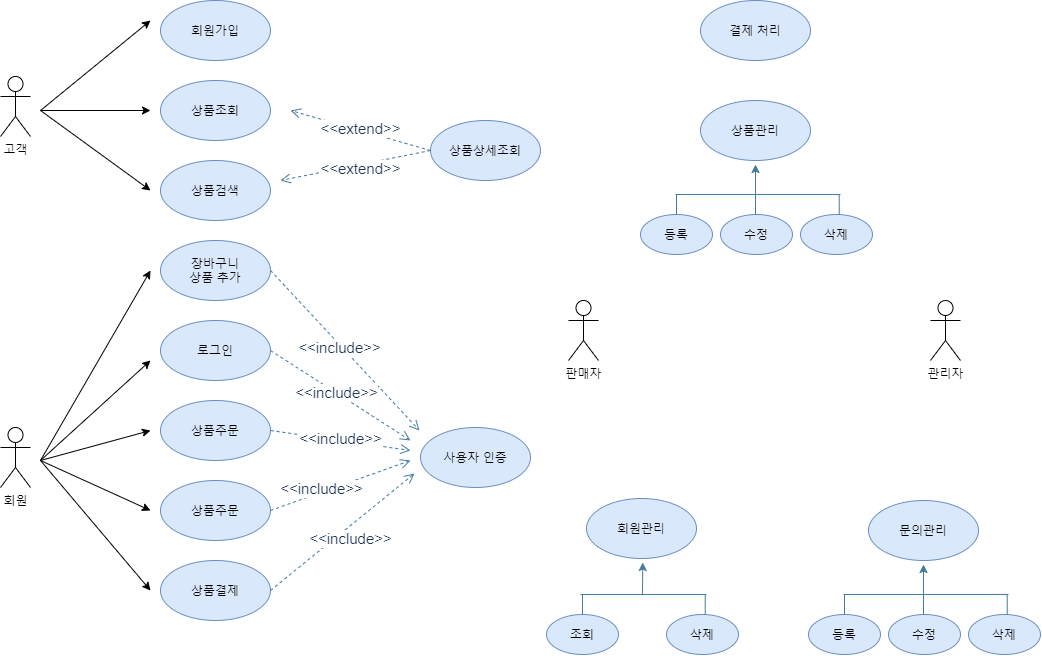
The draw.io diagram Actor Diagram.png in osiris0607/Project, before a commit. Source tidied: cells renumbered, new cells last; positions are measured from the earlier drawing's top-left corner, leaving out a move shared by most shapes. Its diagram source:
```xml
<mxGraphModel>
  <root>
    <mxCell id="0" />
    <mxCell id="1" parent="0" />
    <mxCell id="2" value="고객" style="shape=umlActor;verticalLabelPosition=bottom;verticalAlign=top;html=1;" parent="1" vertex="1">
      <mxGeometry y="76" width="30" height="60" as="geometry" />
    </mxCell>
    <mxCell id="3" value="회원" style="shape=umlActor;verticalLabelPosition=bottom;verticalAlign=top;html=1;" parent="1" vertex="1">
      <mxGeometry y="427" width="30" height="60" as="geometry" />
    </mxCell>
    <mxCell id="4" value="관리자" style="shape=umlActor;verticalLabelPosition=bottom;verticalAlign=top;html=1;" parent="1" vertex="1">
      <mxGeometry x="930" y="300" width="30" height="60" as="geometry" />
    </mxCell>
    <mxCell id="5" value="회원가입" style="ellipse;whiteSpace=wrap;html=1;fillColor=#dae8fc;strokeColor=#6c8ebf;" parent="1" vertex="1">
      <mxGeometry x="160" width="110" height="60" as="geometry" />
    </mxCell>
    <mxCell id="6" value="로그인" style="ellipse;whiteSpace=wrap;html=1;fillColor=#dae8fc;strokeColor=#6c8ebf;" parent="1" vertex="1">
      <mxGeometry x="160" y="320" width="110" height="60" as="geometry" />
    </mxCell>
    <mxCell id="7" value="상품조회" style="ellipse;whiteSpace=wrap;html=1;fillColor=#dae8fc;strokeColor=#6c8ebf;" parent="1" vertex="1">
      <mxGeometry x="160" y="80" width="110" height="60" as="geometry" />
    </mxCell>
    <mxCell id="8" value="상품검색&lt;span style=&quot;color: rgba(0 , 0 , 0 , 0) ; font-family: monospace ; font-size: 0px&quot;&gt;%3CmxGraphModel%3E%3Croot%3E%3CmxCell%20id%3D%220%22%2F%3E%3CmxCell%20id%3D%221%22%20parent%3D%220%22%2F%3E%3CmxCell%20id%3D%222%22%20value%3D%22%EC%83%81%ED%92%88%EC%A1%B0%ED%9A%8C%22%20style%3D%22ellipse%3BwhiteSpace%3Dwrap%3Bhtml%3D1%3B%22%20vertex%3D%221%22%20parent%3D%221%22%3E%3CmxGeometry%20x%3D%22250%22%20y%3D%22180%22%20width%3D%22110%22%20height%3D%2260%22%20as%3D%22geometry%22%2F%3E%3C%2FmxCell%3E%3C%2Froot%3E%3C%2FmxGraphModel%3E&lt;/span&gt;" style="ellipse;whiteSpace=wrap;html=1;fillColor=#dae8fc;strokeColor=#6c8ebf;" parent="1" vertex="1">
      <mxGeometry x="160" y="160" width="110" height="60" as="geometry" />
    </mxCell>
    <mxCell id="9" value="상품주문" style="ellipse;whiteSpace=wrap;html=1;fillColor=#dae8fc;strokeColor=#6c8ebf;" parent="1" vertex="1">
      <mxGeometry x="160" y="400" width="110" height="60" as="geometry" />
    </mxCell>
    <mxCell id="10" value="상품주문" style="ellipse;whiteSpace=wrap;html=1;fillColor=#dae8fc;strokeColor=#6c8ebf;" parent="1" vertex="1">
      <mxGeometry x="160" y="480" width="110" height="60" as="geometry" />
    </mxCell>
    <mxCell id="11" value="상품결제" style="ellipse;whiteSpace=wrap;html=1;fillColor=#dae8fc;strokeColor=#6c8ebf;" parent="1" vertex="1">
      <mxGeometry x="160" y="560" width="110" height="60" as="geometry" />
    </mxCell>
    <mxCell id="12" value="장바구니&lt;br&gt;상품 추가" style="ellipse;whiteSpace=wrap;html=1;fillColor=#dae8fc;strokeColor=#6c8ebf;" parent="1" vertex="1">
      <mxGeometry x="160" y="240" width="110" height="60" as="geometry" />
    </mxCell>
    <mxCell id="13" style="endArrow=classic;html=1;" parent="1" edge="1">
      <mxGeometry relative="1" as="geometry">
        <mxPoint x="40" y="110" as="sourcePoint" />
        <mxPoint x="150" y="20" as="targetPoint" />
      </mxGeometry>
    </mxCell>
    <mxCell id="14" style="endArrow=classic;html=1;" parent="1" edge="1">
      <mxGeometry relative="1" as="geometry">
        <mxPoint x="40" y="110" as="sourcePoint" />
        <mxPoint x="150" y="110" as="targetPoint" />
      </mxGeometry>
    </mxCell>
    <mxCell id="15" style="endArrow=classic;html=1;" parent="1" edge="1">
      <mxGeometry relative="1" as="geometry">
        <mxPoint x="40" y="110" as="sourcePoint" />
        <mxPoint x="150" y="190" as="targetPoint" />
      </mxGeometry>
    </mxCell>
    <mxCell id="16" style="endArrow=classic;html=1;" parent="1" edge="1">
      <mxGeometry relative="1" as="geometry">
        <mxPoint x="40" y="460" as="sourcePoint" />
        <mxPoint x="150" y="270" as="targetPoint" />
      </mxGeometry>
    </mxCell>
    <mxCell id="17" style="endArrow=classic;html=1;" parent="1" edge="1">
      <mxGeometry relative="1" as="geometry">
        <mxPoint x="40" y="460" as="sourcePoint" />
        <mxPoint x="150" y="360" as="targetPoint" />
      </mxGeometry>
    </mxCell>
    <mxCell id="18" style="endArrow=classic;html=1;" parent="1" edge="1">
      <mxGeometry relative="1" as="geometry">
        <mxPoint x="40" y="460" as="sourcePoint" />
        <mxPoint x="150" y="430" as="targetPoint" />
      </mxGeometry>
    </mxCell>
    <mxCell id="19" style="endArrow=classic;html=1;" parent="1" edge="1">
      <mxGeometry relative="1" as="geometry">
        <mxPoint x="40" y="460" as="sourcePoint" />
        <mxPoint x="150" y="510" as="targetPoint" />
      </mxGeometry>
    </mxCell>
    <mxCell id="20" style="endArrow=classic;html=1;" parent="1" edge="1">
      <mxGeometry relative="1" as="geometry">
        <mxPoint x="40" y="460" as="sourcePoint" />
        <mxPoint x="150" y="590" as="targetPoint" />
      </mxGeometry>
    </mxCell>
    <mxCell id="21" value="상품상세조회" style="ellipse;whiteSpace=wrap;html=1;fillColor=#dae8fc;strokeColor=#6c8ebf;" parent="1" vertex="1">
      <mxGeometry x="430" y="120" width="110" height="60" as="geometry" />
    </mxCell>
    <mxCell id="22" value="&lt;font style=&quot;font-size: 15px&quot;&gt;&amp;lt;&amp;lt;extend&amp;gt;&amp;gt;&lt;/font&gt;" style="html=1;verticalAlign=bottom;endArrow=open;dashed=1;endSize=8;strokeColor=#457B9D;fillColor=#A8DADC;fontColor=#1D3557;exitX=0;exitY=0.5;exitDx=0;exitDy=0;" parent="1" edge="1" source="21">
      <mxGeometry x="-0.04" y="10" relative="1" as="geometry">
        <mxPoint x="290" y="110" as="targetPoint" />
      </mxGeometry>
    </mxCell>
    <mxCell id="23" value="&lt;font style=&quot;font-size: 15px&quot;&gt;&amp;lt;&amp;lt;extend&amp;gt;&amp;gt;&lt;/font&gt;" style="html=1;verticalAlign=bottom;endArrow=open;dashed=1;endSize=8;strokeColor=#457B9D;fillColor=#A8DADC;fontColor=#1D3557;" parent="1" edge="1">
      <mxGeometry x="-0.03" y="16" relative="1" as="geometry">
        <mxPoint x="430" y="150" as="sourcePoint" />
        <mxPoint x="280" y="180" as="targetPoint" />
      </mxGeometry>
    </mxCell>
    <mxCell id="24" value="사용자 인증" style="ellipse;whiteSpace=wrap;html=1;fillColor=#dae8fc;strokeColor=#6c8ebf;" parent="1" vertex="1">
      <mxGeometry x="420" y="427" width="110" height="60" as="geometry" />
    </mxCell>
    <mxCell id="25" value="&lt;font style=&quot;font-size: 15px&quot;&gt;&amp;lt;&amp;lt;include&amp;gt;&amp;gt;&lt;/font&gt;" style="html=1;verticalAlign=bottom;endArrow=open;dashed=1;endSize=8;strokeColor=#457B9D;fillColor=#A8DADC;fontColor=#1D3557;exitX=1;exitY=0.5;exitDx=0;exitDy=0;" parent="1" edge="1" source="9">
      <mxGeometry x="0.02" y="-10" relative="1" as="geometry">
        <mxPoint x="410" y="450" as="targetPoint" />
      </mxGeometry>
    </mxCell>
    <mxCell id="26" value="&lt;font style=&quot;font-size: 15px&quot;&gt;&amp;lt;&amp;lt;include&amp;gt;&amp;gt;&lt;/font&gt;" style="html=1;verticalAlign=bottom;endArrow=open;dashed=1;endSize=8;strokeColor=#457B9D;fillColor=#A8DADC;fontColor=#1D3557;exitX=1;exitY=0.5;exitDx=0;exitDy=0;" parent="1" edge="1" source="10">
      <mxGeometry x="-0.32" y="-7" relative="1" as="geometry">
        <mxPoint x="410" y="460" as="targetPoint" />
        <mxPoint x="1" as="offset" />
      </mxGeometry>
    </mxCell>
    <mxCell id="27" value="&lt;font style=&quot;font-size: 15px&quot;&gt;&amp;lt;&amp;lt;include&amp;gt;&amp;gt;&lt;/font&gt;" style="html=1;verticalAlign=bottom;endArrow=open;dashed=1;endSize=8;strokeColor=#457B9D;fillColor=#A8DADC;fontColor=#1D3557;exitX=1;exitY=0.5;exitDx=0;exitDy=0;" parent="1" edge="1" source="11">
      <mxGeometry x="-0.06" y="-19" relative="1" as="geometry">
        <mxPoint x="414" y="473" as="targetPoint" />
      </mxGeometry>
    </mxCell>
    <mxCell id="28" value="&lt;font style=&quot;font-size: 15px&quot;&gt;&amp;lt;&amp;lt;include&amp;gt;&amp;gt;&lt;/font&gt;" style="html=1;verticalAlign=bottom;endArrow=open;dashed=1;endSize=8;strokeColor=#457B9D;fillColor=#A8DADC;fontColor=#1D3557;exitX=1;exitY=0.5;exitDx=0;exitDy=0;" parent="1" edge="1" source="12">
      <mxGeometry x="0.02" y="-10" relative="1" as="geometry">
        <mxPoint x="419" y="430" as="targetPoint" />
      </mxGeometry>
    </mxCell>
    <mxCell id="29" value="&lt;font style=&quot;font-size: 15px&quot;&gt;&amp;lt;&amp;lt;include&amp;gt;&amp;gt;&lt;/font&gt;" style="html=1;verticalAlign=bottom;endArrow=open;dashed=1;endSize=8;strokeColor=#457B9D;fillColor=#A8DADC;fontColor=#1D3557;exitX=1;exitY=0.5;exitDx=0;exitDy=0;" parent="1" edge="1" source="6">
      <mxGeometry x="0.02" y="-10" relative="1" as="geometry">
        <mxPoint x="410" y="440" as="targetPoint" />
      </mxGeometry>
    </mxCell>
    <mxCell id="30" value="판매자" style="shape=umlActor;verticalLabelPosition=bottom;verticalAlign=top;html=1;" parent="1" vertex="1">
      <mxGeometry x="568" y="300" width="30" height="60" as="geometry" />
    </mxCell>
    <mxCell id="31" value="결제 처리" style="ellipse;whiteSpace=wrap;html=1;fillColor=#dae8fc;strokeColor=#6c8ebf;" parent="1" vertex="1">
      <mxGeometry x="700" width="110" height="60" as="geometry" />
    </mxCell>
    <mxCell id="32" value="상품관리" style="ellipse;whiteSpace=wrap;html=1;fillColor=#dae8fc;strokeColor=#6c8ebf;" parent="1" vertex="1">
      <mxGeometry x="700" y="100" width="110" height="60" as="geometry" />
    </mxCell>
    <mxCell id="33" value="등록" style="ellipse;whiteSpace=wrap;html=1;fillColor=#dae8fc;strokeColor=#6c8ebf;" parent="1" vertex="1">
      <mxGeometry x="640" y="214" width="72" height="40" as="geometry" />
    </mxCell>
    <mxCell id="34" value="수정" style="ellipse;whiteSpace=wrap;html=1;fillColor=#dae8fc;strokeColor=#6c8ebf;" parent="1" vertex="1">
      <mxGeometry x="720" y="214" width="72" height="40" as="geometry" />
    </mxCell>
    <mxCell id="35" value="삭제" style="ellipse;whiteSpace=wrap;html=1;fillColor=#dae8fc;strokeColor=#6c8ebf;" parent="1" vertex="1">
      <mxGeometry x="800" y="214" width="72" height="40" as="geometry" />
    </mxCell>
    <mxCell id="36" style="endArrow=none;html=1;strokeColor=#457B9D;fillColor=#A8DADC;fontColor=#1D3557;" parent="1" edge="1">
      <mxGeometry relative="1" as="geometry">
        <mxPoint x="675" y="194" as="sourcePoint" />
        <mxPoint x="840" y="194" as="targetPoint" />
      </mxGeometry>
    </mxCell>
    <mxCell id="37" style="endArrow=none;html=1;strokeColor=#457B9D;fillColor=#A8DADC;fontColor=#1D3557;exitX=0.5;exitY=0;exitDx=0;exitDy=0;" parent="1" edge="1" source="33">
      <mxGeometry relative="1" as="geometry">
        <mxPoint x="676" y="194" as="targetPoint" />
      </mxGeometry>
    </mxCell>
    <mxCell id="38" style="endArrow=none;html=1;strokeColor=#457B9D;fillColor=#A8DADC;fontColor=#1D3557;exitX=0.5;exitY=0;exitDx=0;exitDy=0;" parent="1" edge="1">
      <mxGeometry relative="1" as="geometry">
        <mxPoint x="838.7" y="214" as="sourcePoint" />
        <mxPoint x="838.7" y="194" as="targetPoint" />
      </mxGeometry>
    </mxCell>
    <mxCell id="39" style="endArrow=classic;html=1;strokeColor=#457B9D;fillColor=#A8DADC;fontColor=#1D3557;entryX=0.5;entryY=1;entryDx=0;entryDy=0;" parent="1" edge="1">
      <mxGeometry relative="1" as="geometry">
        <mxPoint x="755" y="214" as="sourcePoint" />
        <mxPoint x="755" y="164" as="targetPoint" />
      </mxGeometry>
    </mxCell>
    <mxCell id="40" value="회원관리" style="ellipse;whiteSpace=wrap;html=1;fillColor=#dae8fc;strokeColor=#6c8ebf;" parent="1" vertex="1">
      <mxGeometry x="586" y="498" width="110" height="60" as="geometry" />
    </mxCell>
    <mxCell id="41" value="조회" style="ellipse;whiteSpace=wrap;html=1;fillColor=#dae8fc;strokeColor=#6c8ebf;" parent="1" vertex="1">
      <mxGeometry x="546" y="614" width="72" height="40" as="geometry" />
    </mxCell>
    <mxCell id="42" value="삭제" style="ellipse;whiteSpace=wrap;html=1;fillColor=#dae8fc;strokeColor=#6c8ebf;" parent="1" vertex="1">
      <mxGeometry x="666" y="614" width="72" height="40" as="geometry" />
    </mxCell>
    <mxCell id="43" style="endArrow=none;html=1;strokeColor=#457B9D;fillColor=#A8DADC;fontColor=#1D3557;" parent="1" edge="1">
      <mxGeometry relative="1" as="geometry">
        <mxPoint x="580" y="594" as="sourcePoint" />
        <mxPoint x="706" y="594" as="targetPoint" />
      </mxGeometry>
    </mxCell>
    <mxCell id="44" style="endArrow=none;html=1;strokeColor=#457B9D;fillColor=#A8DADC;fontColor=#1D3557;exitX=0.5;exitY=0;exitDx=0;exitDy=0;" parent="1" edge="1" source="41">
      <mxGeometry relative="1" as="geometry">
        <mxPoint x="582" y="594" as="targetPoint" />
      </mxGeometry>
    </mxCell>
    <mxCell id="45" style="endArrow=none;html=1;strokeColor=#457B9D;fillColor=#A8DADC;fontColor=#1D3557;exitX=0.5;exitY=0;exitDx=0;exitDy=0;" parent="1" edge="1">
      <mxGeometry relative="1" as="geometry">
        <mxPoint x="704.7" y="614" as="sourcePoint" />
        <mxPoint x="704.7" y="594" as="targetPoint" />
      </mxGeometry>
    </mxCell>
    <mxCell id="46" value="문의관리" style="ellipse;whiteSpace=wrap;html=1;fillColor=#dae8fc;strokeColor=#6c8ebf;" parent="1" vertex="1">
      <mxGeometry x="868" y="500" width="110" height="60" as="geometry" />
    </mxCell>
    <mxCell id="47" value="등록" style="ellipse;whiteSpace=wrap;html=1;fillColor=#dae8fc;strokeColor=#6c8ebf;" parent="1" vertex="1">
      <mxGeometry x="808" y="614" width="72" height="40" as="geometry" />
    </mxCell>
    <mxCell id="48" value="수정" style="ellipse;whiteSpace=wrap;html=1;fillColor=#dae8fc;strokeColor=#6c8ebf;" parent="1" vertex="1">
      <mxGeometry x="888" y="614" width="72" height="40" as="geometry" />
    </mxCell>
    <mxCell id="49" value="삭제" style="ellipse;whiteSpace=wrap;html=1;fillColor=#dae8fc;strokeColor=#6c8ebf;" parent="1" vertex="1">
      <mxGeometry x="968" y="614" width="72" height="40" as="geometry" />
    </mxCell>
    <mxCell id="50" style="endArrow=none;html=1;strokeColor=#457B9D;fillColor=#A8DADC;fontColor=#1D3557;" parent="1" edge="1">
      <mxGeometry relative="1" as="geometry">
        <mxPoint x="843" y="594" as="sourcePoint" />
        <mxPoint x="1008" y="594" as="targetPoint" />
      </mxGeometry>
    </mxCell>
    <mxCell id="51" style="endArrow=none;html=1;strokeColor=#457B9D;fillColor=#A8DADC;fontColor=#1D3557;exitX=0.5;exitY=0;exitDx=0;exitDy=0;" parent="1" edge="1" source="47">
      <mxGeometry relative="1" as="geometry">
        <mxPoint x="844" y="594" as="targetPoint" />
      </mxGeometry>
    </mxCell>
    <mxCell id="52" style="endArrow=none;html=1;strokeColor=#457B9D;fillColor=#A8DADC;fontColor=#1D3557;exitX=0.5;exitY=0;exitDx=0;exitDy=0;" parent="1" edge="1">
      <mxGeometry relative="1" as="geometry">
        <mxPoint x="1006.7" y="614" as="sourcePoint" />
        <mxPoint x="1006.7" y="594" as="targetPoint" />
      </mxGeometry>
    </mxCell>
    <mxCell id="53" style="endArrow=classic;html=1;strokeColor=#457B9D;fillColor=#A8DADC;fontColor=#1D3557;entryX=0.5;entryY=1;entryDx=0;entryDy=0;" parent="1" edge="1">
      <mxGeometry relative="1" as="geometry">
        <mxPoint x="923" y="614" as="sourcePoint" />
        <mxPoint x="923" y="564" as="targetPoint" />
      </mxGeometry>
    </mxCell>
    <mxCell id="54" style="endArrow=classic;html=1;strokeColor=#457B9D;fillColor=#A8DADC;fontColor=#1D3557;entryX=0.5;entryY=1;entryDx=0;entryDy=0;" parent="1" edge="1">
      <mxGeometry relative="1" as="geometry">
        <mxPoint x="642" y="594.8" as="sourcePoint" />
        <mxPoint x="642.3" y="562" as="targetPoint" />
      </mxGeometry>
    </mxCell>
  </root>
</mxGraphModel>
```
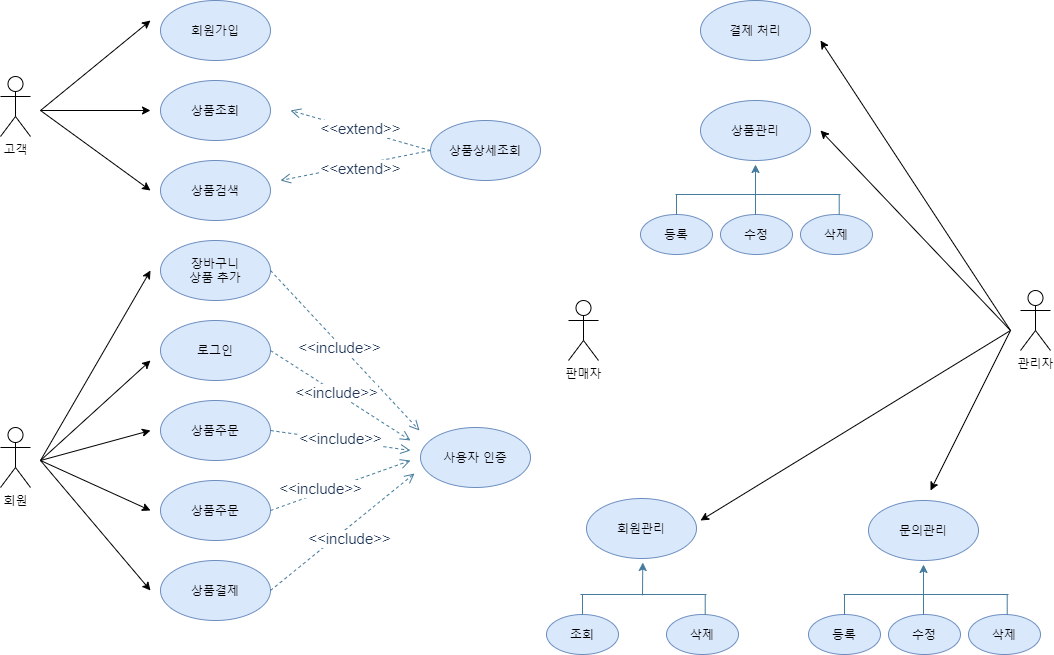
After the change.

Change to the diagram source:
```diff
@@ -9,7 +9,7 @@
       <mxGeometry y="427" width="30" height="60" as="geometry" />
     </mxCell>
     <mxCell id="4" value="관리자" style="shape=umlActor;verticalLabelPosition=bottom;verticalAlign=top;html=1;" parent="1" vertex="1">
-      <mxGeometry x="930" y="300" width="30" height="60" as="geometry" />
+      <mxGeometry x="1020" y="290" width="30" height="60" as="geometry" />
     </mxCell>
     <mxCell id="5" value="회원가입" style="ellipse;whiteSpace=wrap;html=1;fillColor=#dae8fc;strokeColor=#6c8ebf;" parent="1" vertex="1">
       <mxGeometry x="160" width="110" height="60" as="geometry" />
@@ -234,5 +234,29 @@
         <mxPoint x="642.3" y="562" as="targetPoint" />
       </mxGeometry>
     </mxCell>
+    <mxCell id="55" style="endArrow=classic;html=1;" parent="1" edge="1">
+      <mxGeometry relative="1" as="geometry">
+        <mxPoint x="1010" y="330" as="sourcePoint" />
+        <mxPoint x="820" y="40" as="targetPoint" />
+      </mxGeometry>
+    </mxCell>
+    <mxCell id="56" style="endArrow=classic;html=1;" parent="1" edge="1">
+      <mxGeometry relative="1" as="geometry">
+        <mxPoint x="1010" y="330" as="sourcePoint" />
+        <mxPoint x="820" y="130" as="targetPoint" />
+      </mxGeometry>
+    </mxCell>
+    <mxCell id="57" style="endArrow=classic;html=1;" parent="1" edge="1">
+      <mxGeometry relative="1" as="geometry">
+        <mxPoint x="1010" y="330" as="sourcePoint" />
+        <mxPoint x="700" y="520" as="targetPoint" />
+      </mxGeometry>
+    </mxCell>
+    <mxCell id="58" style="endArrow=classic;html=1;" parent="1" edge="1">
+      <mxGeometry relative="1" as="geometry">
+        <mxPoint x="1010" y="330" as="sourcePoint" />
+        <mxPoint x="930" y="490" as="targetPoint" />
+      </mxGeometry>
+    </mxCell>
   </root>
 </mxGraphModel>
```
